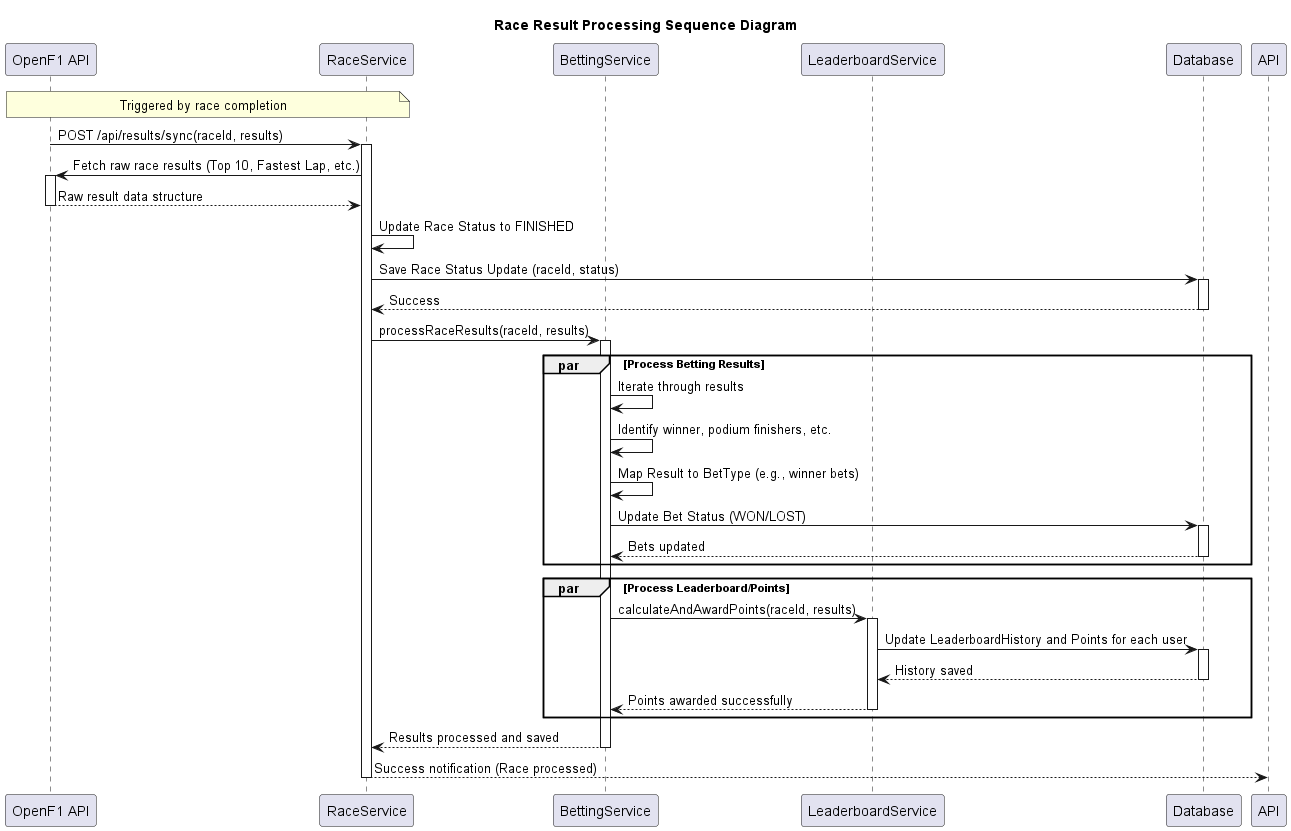
Before: docs/sequences/race_result_processing.png, a diagram exported from PlantUML (micjaw310589/f1-betting-game). Its diagram source:
```plantuml
@startuml
title Race Result Processing Sequence Diagram

participant "OpenF1 API" as OpenF1
participant "RaceService" as RS
participant "BettingService" as BS
participant "LeaderboardService" as LS
participant "Database" as DB

note over OpenF1, RS: Triggered by race completion
OpenF1 -> RS : POST /api/results/sync(raceId, results)
activate RS

RS -> OpenF1 : Fetch raw race results (Top 10, Fastest Lap, etc.)
activate OpenF1
OpenF1 --> RS : Raw result data structure
deactivate OpenF1

RS -> RS : Update Race Status to FINISHED
RS -> DB : Save Race Status Update (raceId, status)
activate DB
DB --> RS : Success
deactivate DB

RS -> BS : processRaceResults(raceId, results)
activate BS

par Process Betting Results
  BS -> BS : Iterate through results
  BS -> BS : Identify winner, podium finishers, etc.
  BS -> BS : Map Result to BetType (e.g., winner bets)
  BS -> DB : Update Bet Status (WON/LOST)
  activate DB
  DB --> BS : Bets updated
  deactivate DB
end

par Process Leaderboard/Points
  BS -> LS : calculateAndAwardPoints(raceId, results)
  activate LS
  LS -> DB : Update LeaderboardHistory and Points for each user
  activate DB
  DB --> LS : History saved
  deactivate DB
  LS --> BS : Points awarded successfully
  deactivate LS
end

BS --> RS : Results processed and saved
deactivate BS

RS --> API : Success notification (Race processed)
deactivate RS

@enduml
```
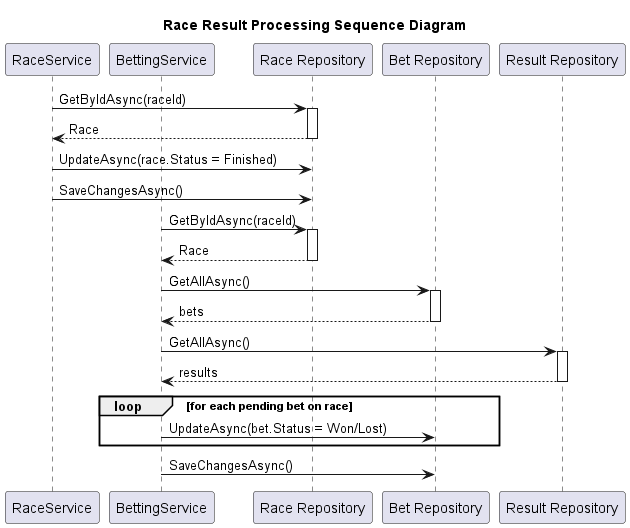
Above is the later version.

Diff of the diagram source:
```diff
@@ -1,55 +1,38 @@
 @startuml
 title Race Result Processing Sequence Diagram
 
-participant "OpenF1 API" as OpenF1
 participant "RaceService" as RS
 participant "BettingService" as BS
-participant "LeaderboardService" as LS
-participant "Database" as DB
+participant "Race Repository" as RR
+participant "Bet Repository" as BR
+participant "Result Repository" as ResR
 
-note over OpenF1, RS: Triggered by race completion
-OpenF1 -> RS : POST /api/results/sync(raceId, results)
-activate RS
+RS -> RR : GetByIdAsync(raceId)
+activate RR
+RR --> RS : Race
+deactivate RR
 
-RS -> OpenF1 : Fetch raw race results (Top 10, Fastest Lap, etc.)
-activate OpenF1
-OpenF1 --> RS : Raw result data structure
-deactivate OpenF1
+RS -> RR : UpdateAsync(race.Status = Finished)
+RS -> RR : SaveChangesAsync()
 
-RS -> RS : Update Race Status to FINISHED
-RS -> DB : Save Race Status Update (raceId, status)
-activate DB
-DB --> RS : Success
-deactivate DB
+BS -> RR : GetByIdAsync(raceId)
+activate RR
+RR --> BS : Race
+deactivate RR
 
-RS -> BS : processRaceResults(raceId, results)
-activate BS
+BS -> BR : GetAllAsync()
+activate BR
+BR --> BS : bets
+deactivate BR
 
-par Process Betting Results
-  BS -> BS : Iterate through results
-  BS -> BS : Identify winner, podium finishers, etc.
-  BS -> BS : Map Result to BetType (e.g., winner bets)
-  BS -> DB : Update Bet Status (WON/LOST)
-  activate DB
-  DB --> BS : Bets updated
-  deactivate DB
+BS -> ResR : GetAllAsync()
+activate ResR
+ResR --> BS : results
+deactivate ResR
+
+loop for each pending bet on race
+  BS -> BR : UpdateAsync(bet.Status = Won/Lost)
 end
-
-par Process Leaderboard/Points
-  BS -> LS : calculateAndAwardPoints(raceId, results)
-  activate LS
-  LS -> DB : Update LeaderboardHistory and Points for each user
-  activate DB
-  DB --> LS : History saved
-  deactivate DB
-  LS --> BS : Points awarded successfully
-  deactivate LS
-end
-
-BS --> RS : Results processed and saved
-deactivate BS
-
-RS --> API : Success notification (Race processed)
-deactivate RS
+BS -> BR : SaveChangesAsync()
 
 @enduml
```
